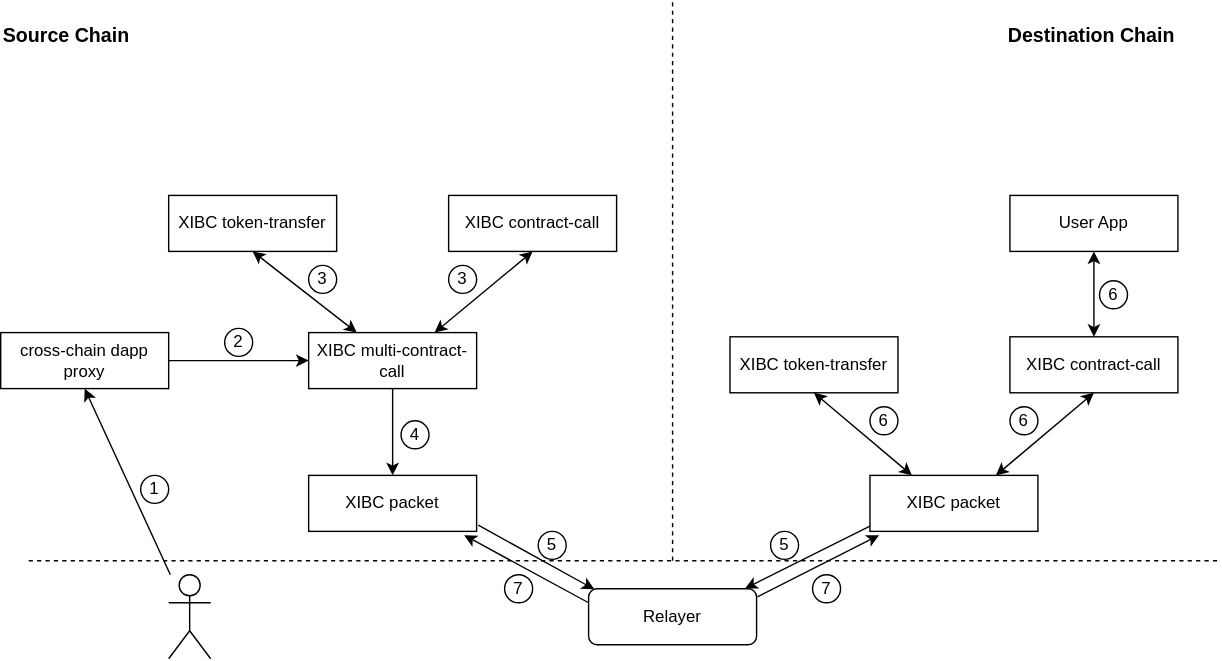
Above: intro/rcc-with-transfer.svg in teleport-network/teleport-documents (draw.io), before the change. Source tidied: cells renumbered, new cells last; positions are measured from the earlier drawing's top-left corner, leaving out a move shared by most shapes.
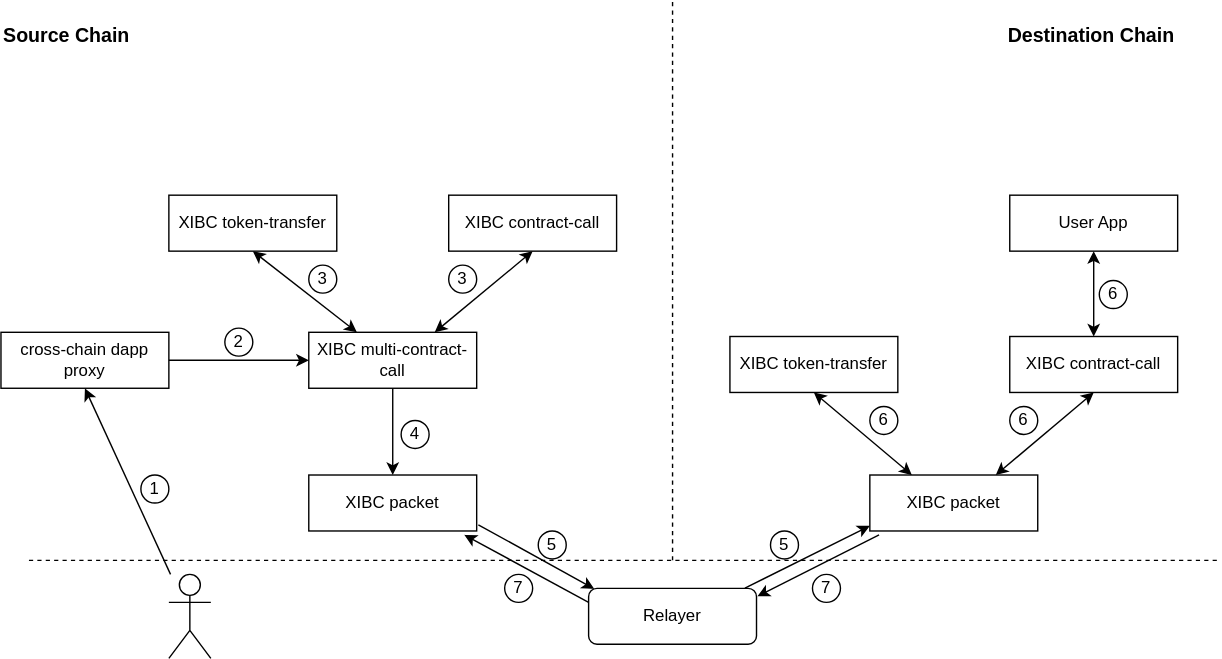
The same diagram one commit later.

Change to the diagram source:
```diff
@@ -77,10 +77,10 @@
     <mxCell id="24" style="edgeStyle=none;html=1;entryX=0.926;entryY=1.069;entryDx=0;entryDy=0;startArrow=none;startFill=0;exitX=0;exitY=0.25;exitDx=0;exitDy=0;entryPerimeter=0;" parent="1" edge="1" source="12" target="7">
       <mxGeometry relative="1" as="geometry" />
     </mxCell>
-    <mxCell id="25" style="edgeStyle=none;html=1;startArrow=none;startFill=0;exitX=1.005;exitY=0.143;exitDx=0;exitDy=0;exitPerimeter=0;entryX=0.055;entryY=1.069;entryDx=0;entryDy=0;entryPerimeter=0;" parent="1" edge="1" source="12" target="10">
+    <mxCell id="25" style="edgeStyle=none;html=1;startArrow=classic;startFill=1;exitX=1.005;exitY=0.143;exitDx=0;exitDy=0;exitPerimeter=0;entryX=0.055;entryY=1.069;entryDx=0;entryDy=0;entryPerimeter=0;endArrow=none;endFill=0;" parent="1" edge="1" source="12" target="10">
       <mxGeometry relative="1" as="geometry" />
     </mxCell>
-    <mxCell id="26" style="edgeStyle=none;html=1;entryX=0.931;entryY=-0.003;entryDx=0;entryDy=0;startArrow=none;startFill=0;exitX=0;exitY=0.907;exitDx=0;exitDy=0;exitPerimeter=0;entryPerimeter=0;" parent="1" edge="1" source="10" target="12">
+    <mxCell id="26" style="edgeStyle=none;html=1;entryX=0.931;entryY=-0.003;entryDx=0;entryDy=0;startArrow=classic;startFill=1;exitX=0;exitY=0.907;exitDx=0;exitDy=0;exitPerimeter=0;entryPerimeter=0;endArrow=none;endFill=0;" parent="1" edge="1" source="10" target="12">
       <mxGeometry relative="1" as="geometry" />
     </mxCell>
     <mxCell id="27" value="XIBC token-transfer" style="rounded=0;whiteSpace=wrap;html=1;" parent="1" vertex="1">
```
